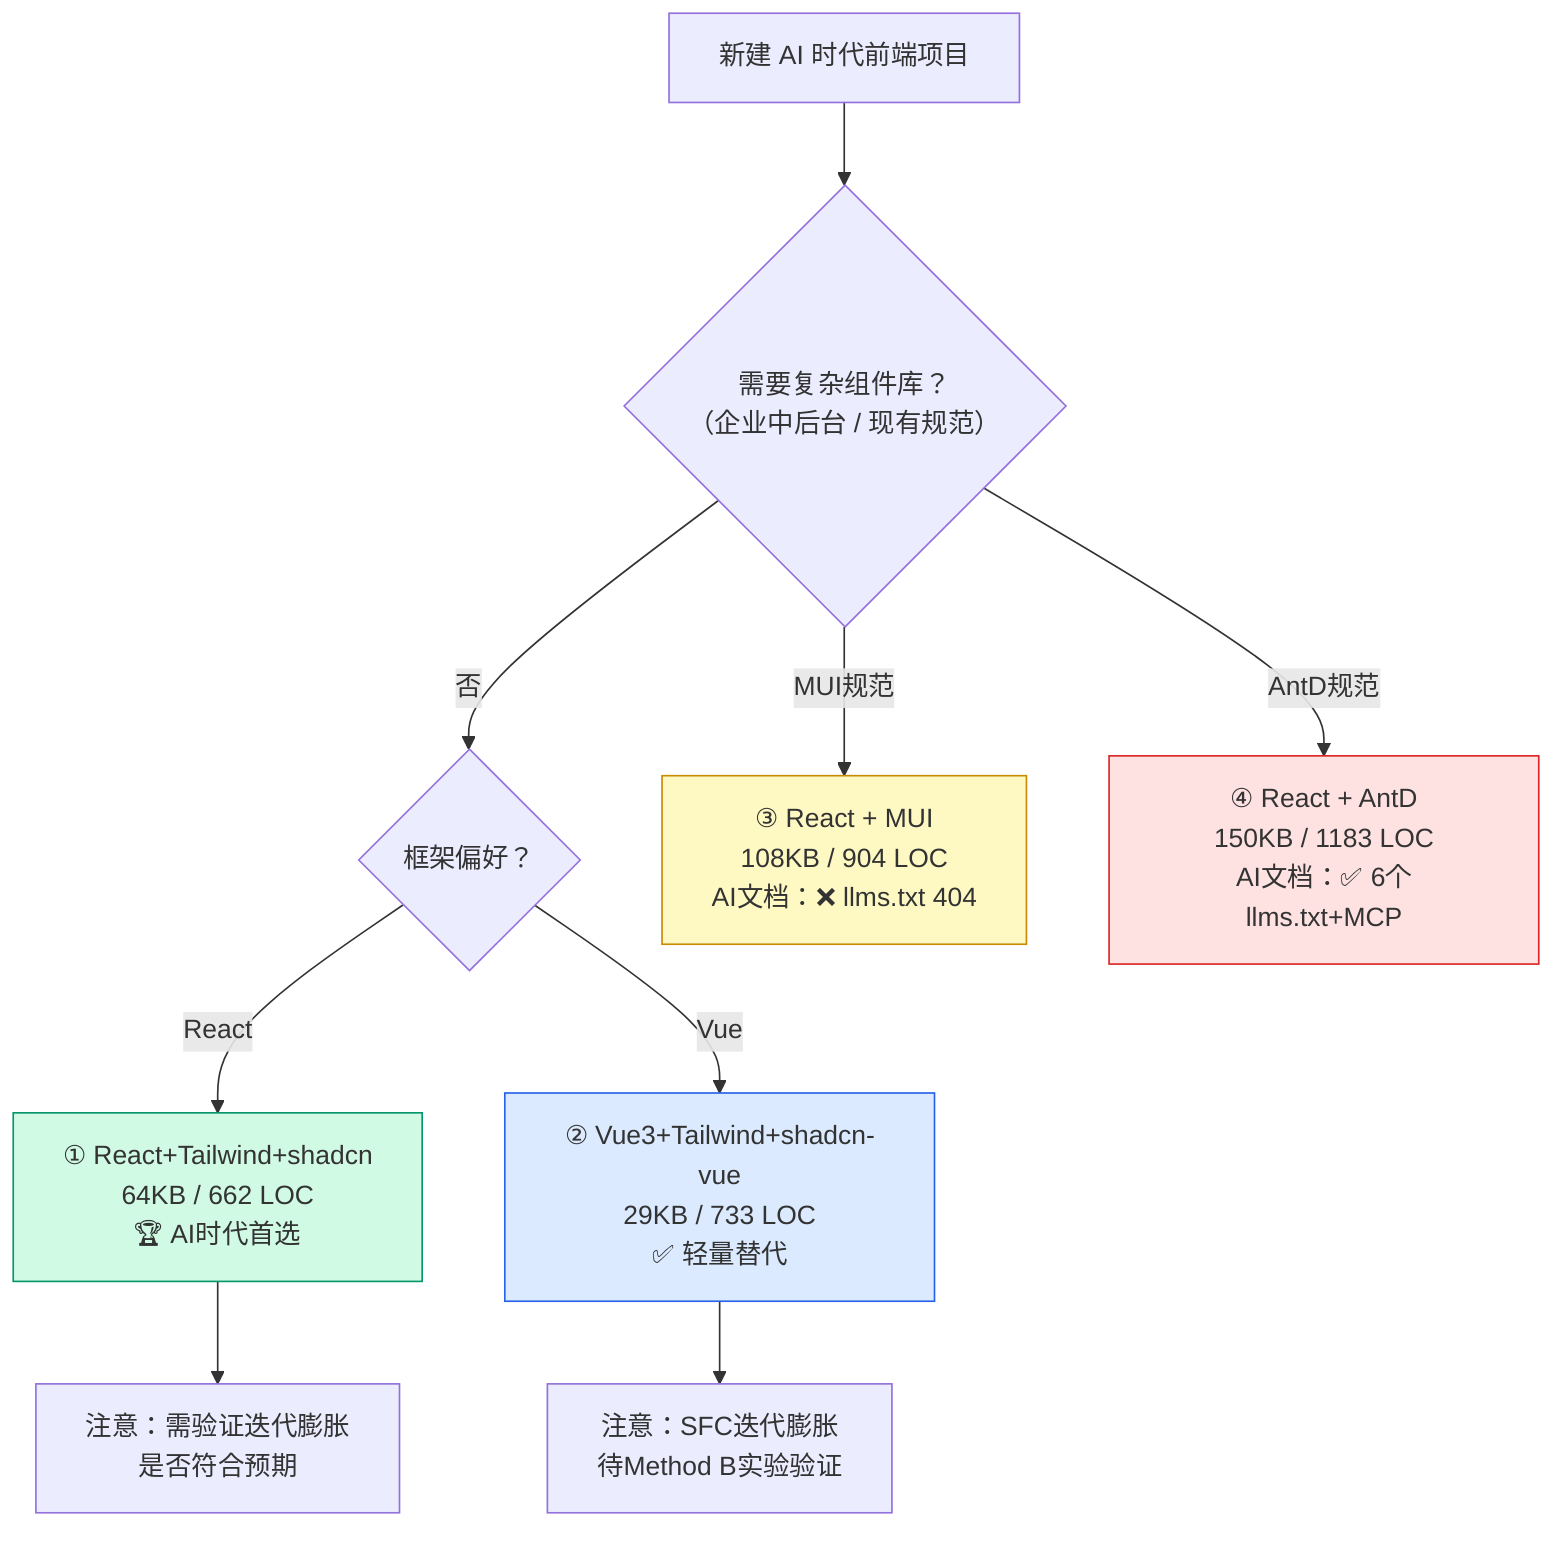
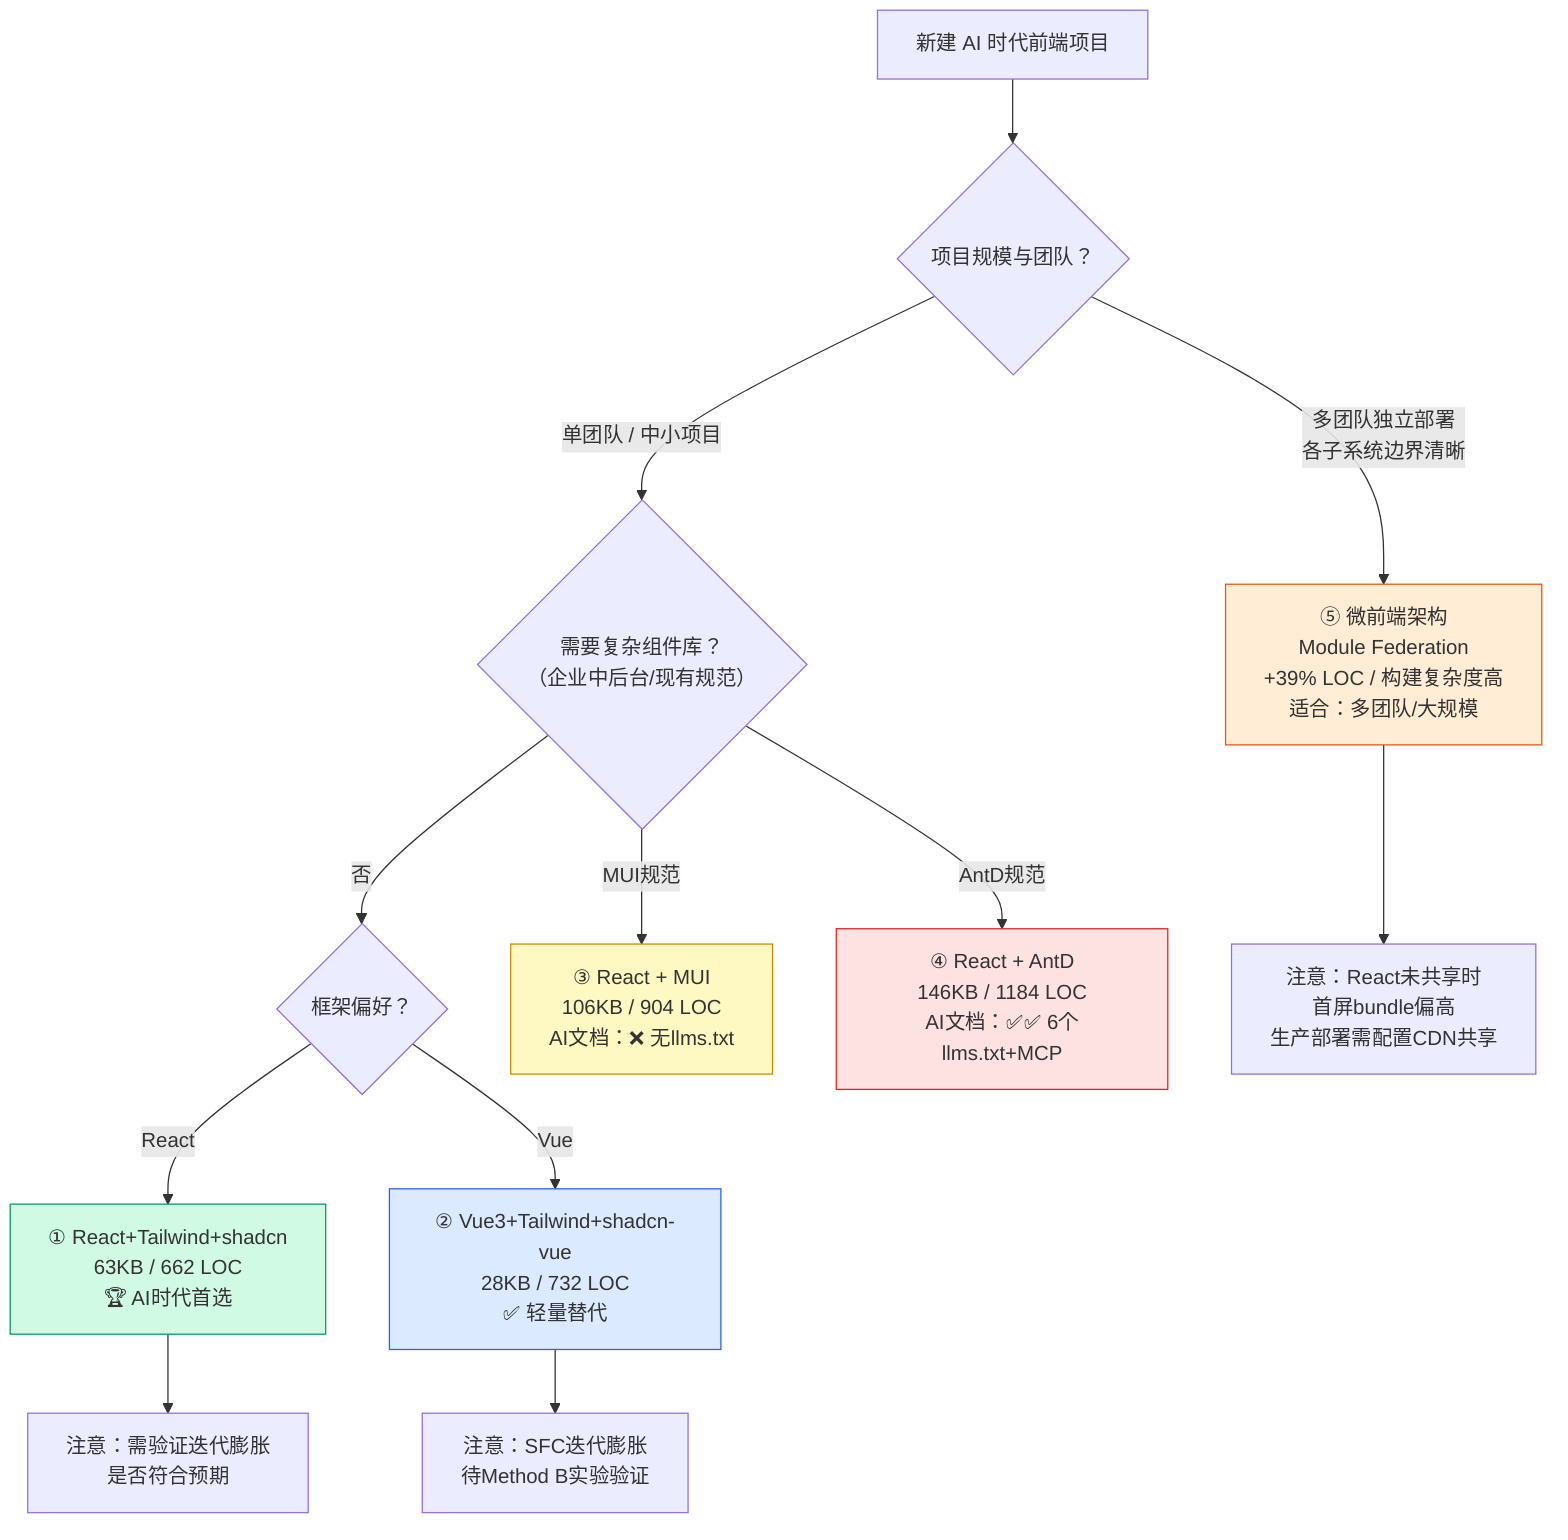
flowchart TD
-   START["新建 AI 时代前端项目"] --> Q1{"需要复杂组件库？\n（企业中后台 / 现有规范）"}
+   START["新建 AI 时代前端项目"] --> Q0{"项目规模与团队？"}
+   Q0 -->|"多团队独立部署\n各子系统边界清晰"| MF["⑤ 微前端架构\nModule Federation\n+39% LOC / 构建复杂度高\n适合：多团队/大规模"]
+   Q0 -->|单团队 / 中小项目| Q1{"需要复杂组件库？\n（企业中后台/现有规范）"}
  Q1 -->|否| Q2{"框架偏好？"}
-   Q1 -->|MUI规范| MUI["③ React + MUI\n108KB / 904 LOC\nAI文档：❌ llms.txt 404"]
-   Q1 -->|AntD规范| ANTD["④ React + AntD\n150KB / 1183 LOC\nAI文档：✅ 6个llms.txt+MCP"]
-   Q2 -->|React| BEST["① React+Tailwind+shadcn\n64KB / 662 LOC\n🏆 AI时代首选"]
-   Q2 -->|Vue| VUE["② Vue3+Tailwind+shadcn-vue\n29KB / 733 LOC\n✅ 轻量替代"]
+   Q1 -->|MUI规范| MUI["③ React + MUI\n106KB / 904 LOC\nAI文档：❌ 无llms.txt"]
+   Q1 -->|AntD规范| ANTD["④ React + AntD\n146KB / 1184 LOC\nAI文档：✅✅ 6个llms.txt+MCP"]
+   Q2 -->|React| BEST["① React+Tailwind+shadcn\n63KB / 662 LOC\n🏆 AI时代首选"]
+   Q2 -->|Vue| VUE["② Vue3+Tailwind+shadcn-vue\n28KB / 732 LOC\n✅ 轻量替代"]
  BEST --> WARN1["注意：需验证迭代膨胀\n是否符合预期"]
  VUE --> WARN2["注意：SFC迭代膨胀\n待Method B实验验证"]
+   MF --> WARN3["注意：React未共享时\n首屏bundle偏高\n生产部署需配置CDN共享"]
  style BEST fill:#d1fae5,stroke:#059669
  style VUE fill:#dbeafe,stroke:#2563eb
  style MUI fill:#fef9c3,stroke:#ca8a04
  style ANTD fill:#fee2e2,stroke:#dc2626
+   style MF fill:#ffedd5,stroke:#ea580c
